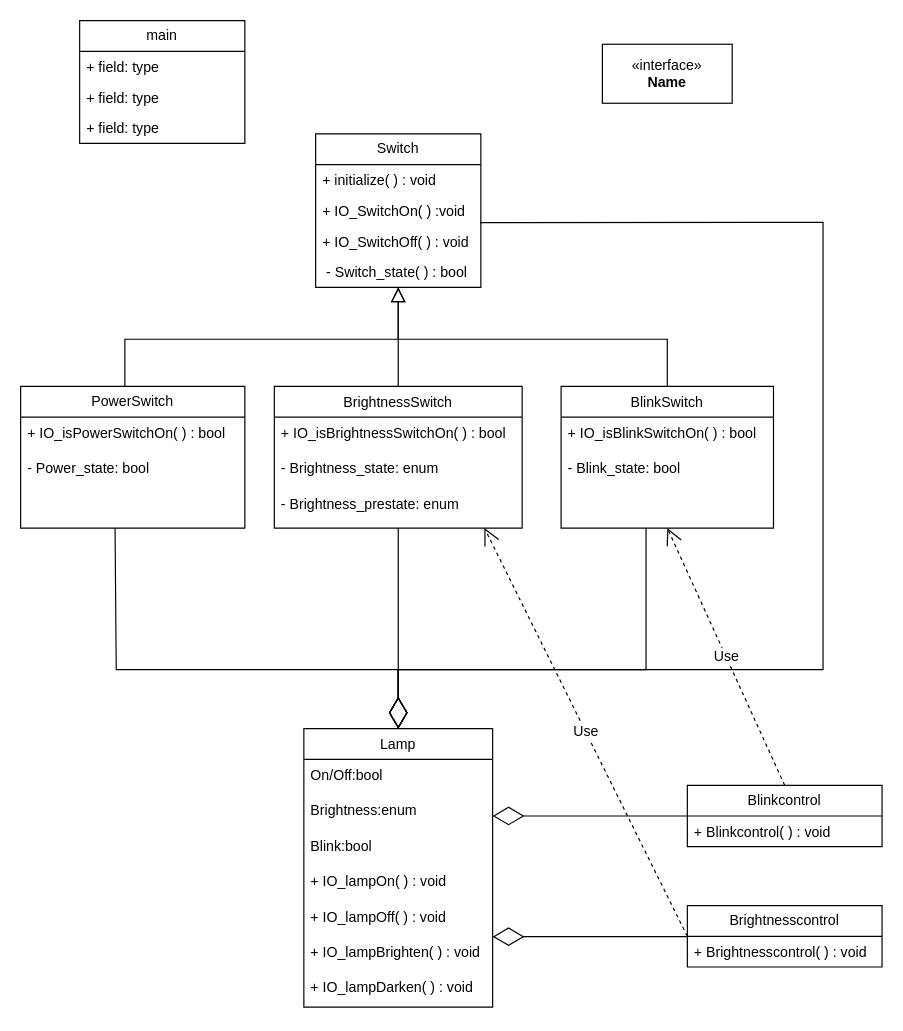
Earlier version of the draw.io diagram lampcontrol.drawio (naughtyraven/shiyan). Source tidied: cells renumbered, new cells numbered last; positions are measured from the earlier drawing's top-left corner, leaving out a move shared by most shapes. Both pictures are drawn from the tidied source at 118%, with x=0, y=0 at pixel (20, 20).
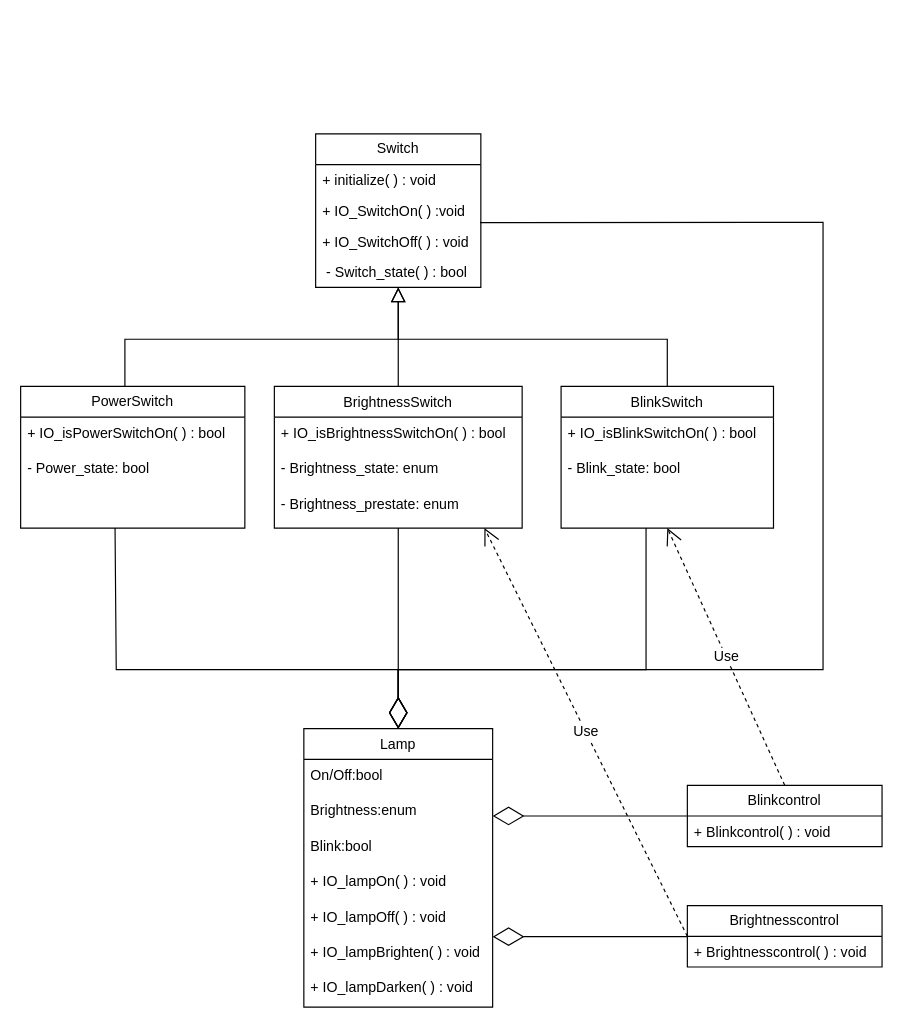
After the change.

Change to the diagram source:
```diff
@@
-    <mxCell id="32" value="&amp;laquo;interface&amp;raquo;&lt;br&gt;&lt;b&gt;Name&lt;/b&gt;" style="html=1;whiteSpace=wrap;rounded=0;shadow=0;strokeColor=default;strokeWidth=1;fontFamily=Helvetica;fontSize=12;fontColor=default;startSize=26;fillColor=default;" parent="1" vertex="1">
-      <mxGeometry x="493" y="20" width="110" height="50" as="geometry" />
-    </mxCell>
-    <mxCell id="33" value="main" style="swimlane;fontStyle=0;horizontal=1;startSize=26;fillColor=none;whiteSpace=wrap;html=1;rounded=0;shadow=0;strokeColor=default;strokeWidth=1;fontFamily=Helvetica;fontSize=12;fontColor=default;" parent="1" vertex="1">
-      <mxGeometry x="50" width="140" height="104" as="geometry" />
-    </mxCell>
-    <mxCell id="34" value="+ field: type" style="text;strokeColor=none;fillColor=none;align=left;verticalAlign=top;spacingLeft=4;spacingRight=4;overflow=hidden;whiteSpace=wrap;html=1;fontSize=12;fontFamily=Helvetica;fontColor=default;" parent="33" vertex="1">
-      <mxGeometry y="26" width="140" height="26" as="geometry" />
-    </mxCell>
-    <mxCell id="35" value="+ field: type" style="text;strokeColor=none;fillColor=none;align=left;verticalAlign=top;spacingLeft=4;spacingRight=4;overflow=hidden;whiteSpace=wrap;html=1;fontSize=12;fontFamily=Helvetica;fontColor=default;" parent="33" vertex="1">
-      <mxGeometry y="52" width="140" height="26" as="geometry" />
-    </mxCell>
-    <mxCell id="36" value="+ field: type" style="text;strokeColor=none;fillColor=none;align=left;verticalAlign=top;spacingLeft=4;spacingRight=4;overflow=hidden;whiteSpace=wrap;html=1;fontSize=12;fontFamily=Helvetica;fontColor=default;" parent="33" vertex="1">
-      <mxGeometry y="78" width="140" height="26" as="geometry" />
-    </mxCell>
```
